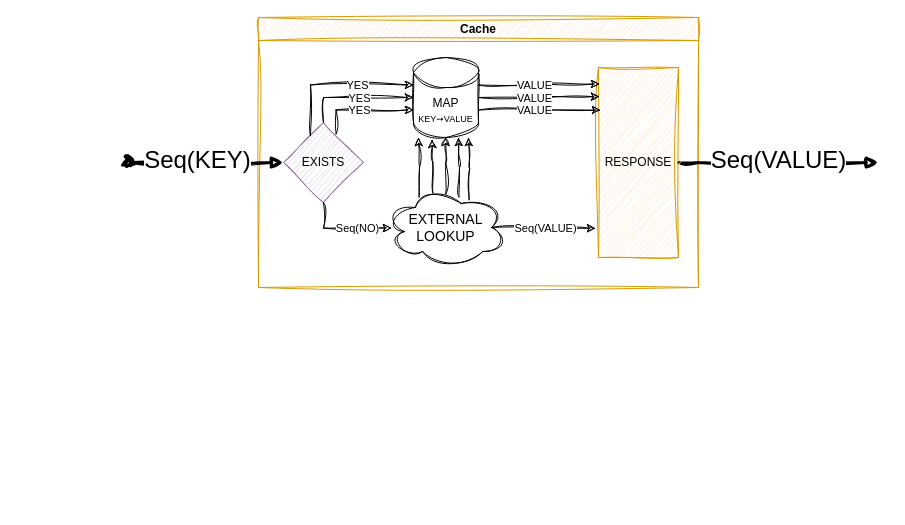
The draw.io diagram assets/images/2023/12/list_cache_tests.drawio in stevenrskelton/stevenrskelton.github.io, before the edit. Source tidied: cells renumbered, new cells numbered last; positions are measured from the earlier drawing's top-left corner, leaving out a move shared by most shapes. Both pictures are drawn from the tidied source at 100%, with x=0, y=0 at pixel (128, 17).
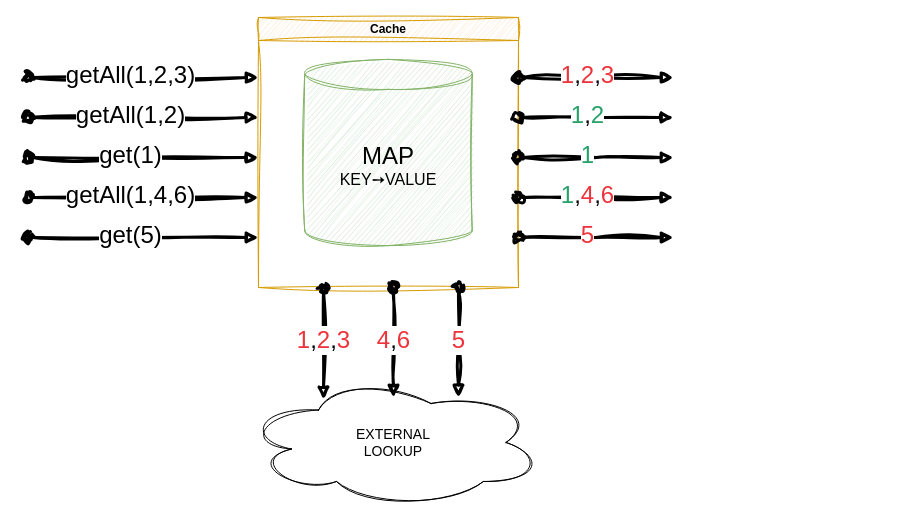
After the change.

Diff of the diagram source:
```diff
@@
     <mxCell id="2" value="Cache" style="swimlane;whiteSpace=wrap;html=1;fillColor=#ffe6cc;strokeColor=#d79b00;sketch=1;curveFitting=1;jiggle=2;" parent="1" vertex="1">
-      <mxGeometry x="130" width="440" height="270" as="geometry" />
+      <mxGeometry x="130" width="260" height="270" as="geometry" />
     </mxCell>
-    <mxCell id="3" value="Seq(VALUE)" style="html=1;verticalAlign=bottom;startArrow=none;endArrow=block;startSize=8;edgeStyle=elbowEdgeStyle;elbow=horizontal;curved=0;rounded=0;exitX=1;exitY=0.5;exitDx=0;exitDy=0;strokeWidth=3;fontSize=24;fontStyle=0;sketch=1;curveFitting=1;jiggle=2;startFill=0;" parent="2" edge="1" source="11">
-      <mxGeometry y="-15" relative="1" as="geometry">
-        <mxPoint x="620" y="145" as="targetPoint" />
-        <Array as="points">
-          <mxPoint x="440" y="145" />
-        </Array>
-      </mxGeometry>
-    </mxCell>
+    <mxCell id="6" value="&lt;font style=&quot;font-size: 24px;&quot;&gt;MAP&lt;/font&gt;&lt;br&gt;&lt;font style=&quot;font-size: 16px;&quot;&gt;KEY➙VALUE&lt;/font&gt;" style="shape=cylinder3;whiteSpace=wrap;html=1;boundedLbl=1;backgroundOutline=1;size=15;fillColor=#d5e8d4;strokeColor=#82b366;sketch=1;curveFitting=1;jiggle=2;" parent="2" vertex="1">
+      <mxGeometry x="46.2" y="41.9" width="167.5" height="186.2" as="geometry" />
+    </mxCell>
+    <mxCell id="29" value="getAll(1,2,3)" style="html=1;verticalAlign=bottom;startArrow=oval;endArrow=block;startSize=8;edgeStyle=elbowEdgeStyle;elbow=vertical;curved=0;rounded=0;strokeWidth=3;fontSize=24;fontStyle=0;sketch=1;curveFitting=1;jiggle=2;entryX=0;entryY=0.5;entryDx=0;entryDy=0;labelBackgroundColor=default;" parent="1" edge="1">
+      <mxGeometry x="-0.11" y="-15" relative="1" as="geometry">
+        <mxPoint x="-100" y="60" as="sourcePoint" />
+        <mxPoint x="130" y="60" as="targetPoint" />
+      </mxGeometry>
+    </mxCell>
+    <mxCell id="30" value="getAll(1,2)" style="html=1;verticalAlign=bottom;startArrow=oval;endArrow=block;startSize=8;edgeStyle=elbowEdgeStyle;elbow=vertical;curved=0;rounded=0;strokeWidth=3;fontSize=24;fontStyle=0;sketch=1;curveFitting=1;jiggle=2;entryX=0;entryY=0.5;entryDx=0;entryDy=0;labelBackgroundColor=default;" parent="1" edge="1">
+      <mxGeometry x="-0.11" y="-15" relative="1" as="geometry">
+        <mxPoint x="-100" y="100" as="sourcePoint" />
+        <mxPoint x="130" y="100" as="targetPoint" />
+      </mxGeometry>
+    </mxCell>
+    <mxCell id="31" value="get(1)" style="html=1;verticalAlign=bottom;startArrow=oval;endArrow=block;startSize=8;edgeStyle=elbowEdgeStyle;elbow=horizontal;curved=0;rounded=0;strokeWidth=3;fontSize=24;fontStyle=0;sketch=1;curveFitting=1;jiggle=2;entryX=0;entryY=0.5;entryDx=0;entryDy=0;labelBackgroundColor=default;" parent="1" edge="1">
+      <mxGeometry x="-0.11" y="-15" relative="1" as="geometry">
+        <mxPoint x="-100" y="140" as="sourcePoint" />
+        <mxPoint x="130" y="140" as="targetPoint" />
+      </mxGeometry>
+    </mxCell>
+    <mxCell id="32" value="getAll(1,4,6)" style="html=1;verticalAlign=bottom;startArrow=oval;endArrow=block;startSize=8;edgeStyle=elbowEdgeStyle;elbow=horizontal;curved=0;rounded=0;strokeWidth=3;fontSize=24;fontStyle=0;sketch=1;curveFitting=1;jiggle=2;entryX=0;entryY=0.5;entryDx=0;entryDy=0;labelBackgroundColor=default;" parent="1" edge="1">
+      <mxGeometry x="-0.11" y="-15" relative="1" as="geometry">
+        <mxPoint x="-100" y="180" as="sourcePoint" />
+        <mxPoint x="130" y="180" as="targetPoint" />
+      </mxGeometry>
+    </mxCell>
+    <mxCell id="33" value="get(5)" style="html=1;verticalAlign=bottom;startArrow=oval;endArrow=block;startSize=8;edgeStyle=elbowEdgeStyle;elbow=vertical;curved=0;rounded=0;strokeWidth=3;fontSize=24;fontStyle=0;sketch=1;curveFitting=1;jiggle=2;entryX=0;entryY=0.5;entryDx=0;entryDy=0;labelBackgroundColor=default;" parent="1" edge="1">
+      <mxGeometry x="-0.11" y="-15" relative="1" as="geometry">
+        <mxPoint x="-100" y="220" as="sourcePoint" />
+        <mxPoint x="130" y="220" as="targetPoint" />
+      </mxGeometry>
+    </mxCell>
-    <mxCell id="4" value="EXTERNAL&lt;br&gt;LOOKUP" style="ellipse;shape=cloud;whiteSpace=wrap;html=1;fontSize=14;sketch=1;curveFitting=1;jiggle=2;" parent="2" vertex="1">
-      <mxGeometry x="126.2" y="170" width="122.5" height="80" as="geometry" />
+    <mxCell id="4" value="EXTERNAL&lt;br&gt;LOOKUP" style="ellipse;shape=cloud;whiteSpace=wrap;html=1;fontSize=14;sketch=1;curveFitting=1;jiggle=2;" parent="1" vertex="1">
+      <mxGeometry x="115" y="360" width="300" height="130" as="geometry" />
     </mxCell>
-    <mxCell id="5" value="EXISTS" style="rhombus;whiteSpace=wrap;html=1;fillColor=#e1d5e7;strokeColor=#9673a6;sketch=1;curveFitting=1;jiggle=2;" parent="2" vertex="1">
-      <mxGeometry x="25" y="105" width="80" height="80" as="geometry" />
-    </mxCell>
-    <mxCell id="6" value="MAP&lt;br&gt;&lt;font style=&quot;font-size: 9px;&quot;&gt;KEY➙VALUE&lt;/font&gt;" style="shape=cylinder3;whiteSpace=wrap;html=1;boundedLbl=1;backgroundOutline=1;size=15;sketch=1;curveFitting=1;jiggle=2;" parent="2" vertex="1">
-      <mxGeometry x="155" y="40" width="65" height="80" as="geometry" />
-    </mxCell>
-    <mxCell id="7" style="edgeStyle=orthogonalEdgeStyle;rounded=0;jettySize=auto;html=1;exitX=0.5;exitY=0;exitDx=0;exitDy=0;entryX=0;entryY=0.5;entryDx=0;entryDy=0;entryPerimeter=0;sketch=1;curveFitting=1;jiggle=2;" parent="2" edge="1" source="5" target="6">
-      <mxGeometry relative="1" as="geometry" />
-    </mxCell>
-    <mxCell id="8" value="YES" style="edgeLabel;html=1;align=center;verticalAlign=middle;" parent="7" vertex="1">
-      <mxGeometry x="0.22" relative="1" as="geometry">
-        <mxPoint x="-10" as="offset" />
-      </mxGeometry>
-    </mxCell>
-    <mxCell id="9" style="edgeStyle=orthogonalEdgeStyle;rounded=0;jettySize=auto;html=1;exitX=0.5;exitY=1;exitDx=0;exitDy=0;entryX=0.055;entryY=0.506;entryDx=0;entryDy=0;entryPerimeter=0;sketch=1;curveFitting=1;jiggle=2;" parent="2" edge="1" source="5" target="4">
-      <mxGeometry relative="1" as="geometry">
-        <Array as="points">
-          <mxPoint x="65" y="211" />
-        </Array>
-      </mxGeometry>
-    </mxCell>
-    <mxCell id="10" value="Seq(NO)" style="edgeLabel;html=1;align=center;verticalAlign=middle;" parent="9" vertex="1">
-      <mxGeometry x="0.26" relative="1" as="geometry" />
-    </mxCell>
-    <mxCell id="11" value="RESPONSE" style="rounded=0;whiteSpace=wrap;html=1;glass=0;sketch=1;curveFitting=1;jiggle=2;fillColor=#ffe6cc;strokeColor=#d79b00;" parent="2" vertex="1">
-      <mxGeometry x="340" y="50" width="80" height="190" as="geometry" />
-    </mxCell>
-    <mxCell id="12" style="edgeStyle=orthogonalEdgeStyle;rounded=0;jettySize=auto;html=1;exitX=1;exitY=0.5;exitDx=0;exitDy=0;exitPerimeter=0;entryX=0.013;entryY=0.153;entryDx=0;entryDy=0;entryPerimeter=0;sketch=1;curveFitting=1;jiggle=2;" parent="2" edge="1" source="6" target="11">
-      <mxGeometry relative="1" as="geometry" />
-    </mxCell>
-    <mxCell id="13" value="VALUE" style="edgeLabel;html=1;align=center;verticalAlign=middle;" parent="12" vertex="1">
-      <mxGeometry x="-0.1" relative="1" as="geometry" />
-    </mxCell>
-    <mxCell id="14" style="edgeStyle=orthogonalEdgeStyle;rounded=0;jettySize=auto;html=1;exitX=0.875;exitY=0.5;exitDx=0;exitDy=0;exitPerimeter=0;entryX=-0.037;entryY=0.847;entryDx=0;entryDy=0;entryPerimeter=0;sketch=1;curveFitting=1;jiggle=2;" parent="2" edge="1" source="4" target="11">
-      <mxGeometry relative="1" as="geometry" />
-    </mxCell>
-    <mxCell id="15" value="Seq(VALUE)" style="edgeLabel;html=1;align=center;verticalAlign=middle;" parent="14" vertex="1">
-      <mxGeometry x="0.01" relative="1" as="geometry" />
-    </mxCell>
-    <mxCell id="16" style="edgeStyle=orthogonalEdgeStyle;rounded=0;orthogonalLoop=1;jettySize=auto;html=1;entryX=0.5;entryY=1;entryDx=0;entryDy=0;entryPerimeter=0;exitX=0.504;exitY=0.119;exitDx=0;exitDy=0;exitPerimeter=0;sketch=1;curveFitting=1;jiggle=2;" parent="2" edge="1">
-      <mxGeometry relative="1" as="geometry">
-        <mxPoint x="200.5" y="179.5" as="sourcePoint" />
-        <mxPoint x="200" y="120" as="targetPoint" />
-      </mxGeometry>
-    </mxCell>
-    <mxCell id="17" style="endArrow=classic;html=1;rounded=0;exitX=0.658;exitY=0.142;exitDx=0;exitDy=0;exitPerimeter=0;entryX=0;entryY=0;entryDx=0;entryDy=52.5;entryPerimeter=0;sketch=1;curveFitting=1;jiggle=2;strokeColor=default;edgeStyle=orthogonalEdgeStyle;" parent="2" edge="1" source="5" target="6">
-      <mxGeometry relative="1" as="geometry">
-        <Array as="points">
-          <mxPoint x="78" y="93" />
-        </Array>
-      </mxGeometry>
-    </mxCell>
-    <mxCell id="18" value="YES" style="edgeLabel;html=1;align=center;verticalAlign=middle;" parent="17" vertex="1">
-      <mxGeometry x="-0.07" relative="1" as="geometry" />
-    </mxCell>
-    <mxCell id="19" style="endArrow=classic;html=1;rounded=0;entryX=0;entryY=0;entryDx=0;entryDy=27.5;entryPerimeter=0;sketch=1;curveFitting=1;jiggle=2;strokeColor=default;edgeStyle=orthogonalEdgeStyle;" parent="2" edge="1" source="5" target="6">
-      <mxGeometry relative="1" as="geometry">
-        <Array as="points">
-          <mxPoint x="52" y="68" />
-          <mxPoint x="155" y="68" />
-        </Array>
-      </mxGeometry>
-    </mxCell>
-    <mxCell id="20" value="YES" style="edgeLabel;html=1;align=center;verticalAlign=middle;" parent="19" vertex="1">
-      <mxGeometry x="0.27" relative="1" as="geometry" />
-    </mxCell>
-    <mxCell id="21" style="edgeStyle=orthogonalEdgeStyle;rounded=0;jettySize=auto;html=1;exitX=1;exitY=0;exitDx=0;exitDy=27.5;exitPerimeter=0;entryX=0.013;entryY=0.087;entryDx=0;entryDy=0;entryPerimeter=0;sketch=1;curveFitting=1;jiggle=2;" parent="2" edge="1" source="6" target="11">
-      <mxGeometry relative="1" as="geometry" />
-    </mxCell>
-    <mxCell id="22" value="VALUE" style="edgeLabel;html=1;align=center;verticalAlign=middle;" parent="21" vertex="1">
-      <mxGeometry x="-0.1" relative="1" as="geometry" />
-    </mxCell>
-    <mxCell id="23" style="edgeStyle=orthogonalEdgeStyle;rounded=0;jettySize=auto;html=1;exitX=1;exitY=0;exitDx=0;exitDy=52.5;exitPerimeter=0;entryX=0.025;entryY=0.225;entryDx=0;entryDy=0;entryPerimeter=0;sketch=1;curveFitting=1;jiggle=2;" parent="2" edge="1" source="6" target="11">
-      <mxGeometry relative="1" as="geometry" />
-    </mxCell>
-    <mxCell id="24" value="VALUE" style="edgeLabel;html=1;align=center;verticalAlign=middle;" parent="23" vertex="1">
-      <mxGeometry x="-0.1" relative="1" as="geometry" />
-    </mxCell>
-    <mxCell id="25" style="edgeStyle=orthogonalEdgeStyle;rounded=0;orthogonalLoop=1;jettySize=auto;html=1;exitX=0.613;exitY=0.167;exitDx=0;exitDy=0;exitPerimeter=0;sketch=1;curveFitting=1;jiggle=2;entryX=0.703;entryY=1.013;entryDx=0;entryDy=0;entryPerimeter=0;" parent="2" edge="1">
-      <mxGeometry relative="1" as="geometry">
-        <mxPoint x="210.6" y="182.3" as="sourcePoint" />
-        <mxPoint x="210" y="120" as="targetPoint" />
-      </mxGeometry>
-    </mxCell>
-    <mxCell id="26" style="edgeStyle=orthogonalEdgeStyle;rounded=0;jettySize=auto;html=1;exitX=0.393;exitY=0.067;exitDx=0;exitDy=0;exitPerimeter=0;sketch=1;curveFitting=1;jiggle=2;entryX=0.287;entryY=1.025;entryDx=0;entryDy=0;entryPerimeter=0;" parent="2" edge="1" source="4" target="6">
-      <mxGeometry relative="1" as="geometry" />
-    </mxCell>
-    <mxCell id="27" style="edgeStyle=orthogonalEdgeStyle;rounded=0;jettySize=auto;html=1;exitX=0.499;exitY=0.083;exitDx=0;exitDy=0;exitPerimeter=0;sketch=1;curveFitting=1;jiggle=2;" parent="2" edge="1" source="4">
-      <mxGeometry relative="1" as="geometry">
-        <mxPoint x="187" y="120" as="targetPoint" />
-      </mxGeometry>
-    </mxCell>
-    <mxCell id="28" style="edgeStyle=orthogonalEdgeStyle;rounded=0;orthogonalLoop=1;jettySize=auto;html=1;entryX=0.5;entryY=1;entryDx=0;entryDy=0;entryPerimeter=0;exitX=0.504;exitY=0.119;exitDx=0;exitDy=0;exitPerimeter=0;sketch=1;curveFitting=1;jiggle=2;" parent="2" edge="1">
-      <mxGeometry relative="1" as="geometry">
-        <mxPoint x="160.5" y="179.5" as="sourcePoint" />
-        <mxPoint x="160" y="120" as="targetPoint" />
-      </mxGeometry>
-    </mxCell>
-    <mxCell id="29" value="Seq(KEY)" style="html=1;verticalAlign=bottom;startArrow=oval;endArrow=block;startSize=8;edgeStyle=elbowEdgeStyle;elbow=vertical;curved=0;rounded=0;strokeWidth=3;fontSize=24;fontStyle=0;sketch=1;curveFitting=1;jiggle=2;entryX=0;entryY=0.5;entryDx=0;entryDy=0;labelBackgroundColor=default;" parent="1" edge="1" target="5">
-      <mxGeometry x="-0.11" y="-15" relative="1" as="geometry">
-        <mxPoint y="145" as="sourcePoint" />
-      </mxGeometry>
-    </mxCell>
+    <mxCell id="34" value="&lt;font color=&quot;#ed333b&quot;&gt;1&lt;/font&gt;,&lt;font color=&quot;#ed333b&quot;&gt;2&lt;/font&gt;,&lt;font color=&quot;#ed333b&quot;&gt;3&lt;/font&gt;" style="html=1;verticalAlign=bottom;startArrow=oval;endArrow=block;startSize=8;edgeStyle=elbowEdgeStyle;elbow=horizontal;curved=0;rounded=0;strokeWidth=3;fontSize=24;fontStyle=0;sketch=1;curveFitting=1;jiggle=2;entryX=0;entryY=0.5;entryDx=0;entryDy=0;labelBackgroundColor=default;" parent="1" edge="1">
+      <mxGeometry x="-0.11" y="-15" relative="1" as="geometry">
+        <mxPoint x="390" y="60" as="sourcePoint" />
+        <mxPoint x="545" y="60" as="targetPoint" />
+      </mxGeometry>
+    </mxCell>
+    <mxCell id="35" value="&lt;font color=&quot;#26a269&quot;&gt;1&lt;/font&gt;,&lt;font color=&quot;#26a269&quot;&gt;2&lt;/font&gt;" style="html=1;verticalAlign=bottom;startArrow=oval;endArrow=block;startSize=8;edgeStyle=elbowEdgeStyle;elbow=vertical;curved=0;rounded=0;strokeWidth=3;fontSize=24;fontStyle=0;sketch=1;curveFitting=1;jiggle=2;entryX=0;entryY=0.5;entryDx=0;entryDy=0;labelBackgroundColor=default;" parent="1" edge="1">
+      <mxGeometry x="-0.11" y="-15" relative="1" as="geometry">
+        <mxPoint x="390" y="100" as="sourcePoint" />
+        <mxPoint x="545" y="100" as="targetPoint" />
+      </mxGeometry>
+    </mxCell>
+    <mxCell id="36" value="&lt;font color=&quot;#26a269&quot;&gt;1&lt;/font&gt;" style="html=1;verticalAlign=bottom;startArrow=oval;endArrow=block;startSize=8;edgeStyle=elbowEdgeStyle;elbow=horizontal;curved=0;rounded=0;strokeWidth=3;fontSize=24;fontStyle=0;sketch=1;curveFitting=1;jiggle=2;entryX=0;entryY=0.5;entryDx=0;entryDy=0;labelBackgroundColor=default;" parent="1" edge="1">
+      <mxGeometry x="-0.11" y="-15" relative="1" as="geometry">
+        <mxPoint x="390" y="140" as="sourcePoint" />
+        <mxPoint x="545" y="140" as="targetPoint" />
+      </mxGeometry>
+    </mxCell>
+    <mxCell id="37" value="&lt;font color=&quot;#26a269&quot;&gt;1&lt;/font&gt;,&lt;font color=&quot;#ed333b&quot;&gt;4&lt;/font&gt;,&lt;font color=&quot;#ed333b&quot;&gt;6&lt;/font&gt;" style="html=1;verticalAlign=bottom;startArrow=oval;endArrow=block;startSize=8;edgeStyle=elbowEdgeStyle;elbow=horizontal;curved=0;rounded=0;strokeWidth=3;fontSize=24;fontStyle=0;sketch=1;curveFitting=1;jiggle=2;entryX=0;entryY=0.5;entryDx=0;entryDy=0;labelBackgroundColor=default;" parent="1" edge="1">
+      <mxGeometry x="-0.11" y="-15" relative="1" as="geometry">
+        <mxPoint x="390" y="180" as="sourcePoint" />
+        <mxPoint x="545" y="180" as="targetPoint" />
+      </mxGeometry>
+    </mxCell>
+    <mxCell id="38" value="&lt;font color=&quot;#ed333b&quot;&gt;5&lt;/font&gt;" style="html=1;verticalAlign=bottom;startArrow=oval;endArrow=block;startSize=8;edgeStyle=elbowEdgeStyle;elbow=vertical;curved=0;rounded=0;strokeWidth=3;fontSize=24;fontStyle=0;sketch=1;curveFitting=1;jiggle=2;entryX=0;entryY=0.5;entryDx=0;entryDy=0;labelBackgroundColor=default;" parent="1" edge="1">
+      <mxGeometry x="-0.11" y="-15" relative="1" as="geometry">
+        <mxPoint x="390" y="220" as="sourcePoint" />
+        <mxPoint x="545" y="220" as="targetPoint" />
+      </mxGeometry>
+    </mxCell>
+    <mxCell id="39" value="&lt;font color=&quot;#ed333b&quot;&gt;1&lt;/font&gt;,&lt;font color=&quot;#ed333b&quot;&gt;2&lt;/font&gt;,&lt;font color=&quot;#ed333b&quot;&gt;3&lt;/font&gt;" style="html=1;verticalAlign=bottom;startArrow=oval;endArrow=block;startSize=8;edgeStyle=elbowEdgeStyle;elbow=horizontal;curved=0;rounded=0;strokeWidth=3;fontSize=24;fontStyle=0;sketch=1;curveFitting=1;jiggle=2;labelBackgroundColor=default;exitX=0.25;exitY=1;exitDx=0;exitDy=0;entryX=0.267;entryY=0.169;entryDx=0;entryDy=0;entryPerimeter=0;" parent="1" edge="1" source="2" target="4">
+      <mxGeometry x="0.25" relative="1" as="geometry" />
+    </mxCell>
+    <mxCell id="40" value="&lt;font color=&quot;#ed333b&quot;&gt;4&lt;/font&gt;,&lt;font color=&quot;#ed333b&quot;&gt;6&lt;/font&gt;" style="html=1;verticalAlign=bottom;startArrow=oval;endArrow=block;startSize=8;edgeStyle=elbowEdgeStyle;elbow=horizontal;curved=0;rounded=0;strokeWidth=3;fontSize=24;fontStyle=0;sketch=1;curveFitting=1;jiggle=2;labelBackgroundColor=default;exitX=0.25;exitY=1;exitDx=0;exitDy=0;" parent="1" edge="1">
+      <mxGeometry x="0.27" relative="1" as="geometry">
+        <mxPoint x="265" y="270" as="sourcePoint" />
+        <mxPoint x="265" y="380" as="targetPoint" />
+        <Array as="points">
+          <mxPoint x="265" y="330" />
+        </Array>
+      </mxGeometry>
+    </mxCell>
+    <mxCell id="41" value="&lt;font color=&quot;#ed333b&quot;&gt;5&lt;/font&gt;" style="html=1;verticalAlign=bottom;startArrow=oval;endArrow=block;startSize=8;edgeStyle=elbowEdgeStyle;elbow=horizontal;curved=0;rounded=0;strokeWidth=3;fontSize=24;fontStyle=0;sketch=1;curveFitting=1;jiggle=2;labelBackgroundColor=default;exitX=0.25;exitY=1;exitDx=0;exitDy=0;" parent="1" edge="1">
+      <mxGeometry x="0.27" relative="1" as="geometry">
+        <mxPoint x="330" y="270" as="sourcePoint" />
+        <mxPoint x="330" y="380" as="targetPoint" />
+        <Array as="points">
+          <mxPoint x="330" y="330" />
+        </Array>
+      </mxGeometry>
+    </mxCell>
```
